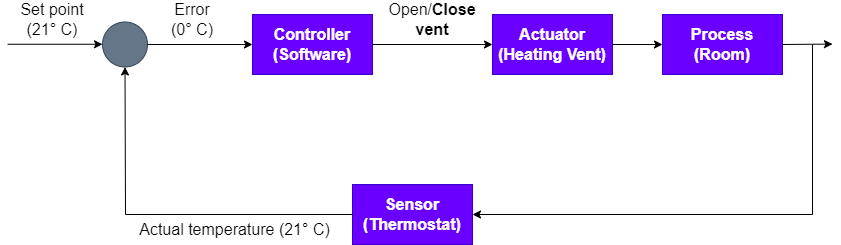
smitbmx/Architecture-Diagrams keeps this draw.io diagram as Architectural styles/Process Control Systems/Improved Process Control Diagram (feedback loop).drawio.png. Above is the earlier version. Source tidied: cells renumbered, new cells last; positions are measured from the earlier drawing's top-left corner, leaving out a move shared by most shapes.
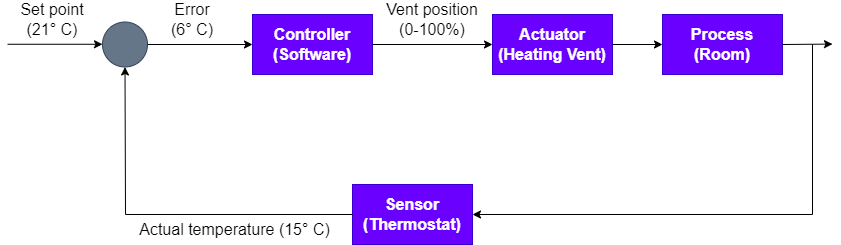
After the change.

The edit, as a diff of the source:
```diff
@@ -56,13 +56,13 @@
     <mxCell id="14" value="Set point&lt;br&gt;(21° C)" style="text;html=1;strokeColor=none;fillColor=none;align=center;verticalAlign=middle;whiteSpace=wrap;rounded=0;fontSize=16;" parent="1" vertex="1">
       <mxGeometry x="5" width="80" height="30" as="geometry" />
     </mxCell>
-    <mxCell id="15" value="Error&lt;br&gt;(0° C)" style="text;html=1;strokeColor=none;fillColor=none;align=center;verticalAlign=middle;whiteSpace=wrap;rounded=0;fontSize=16;" parent="1" vertex="1">
+    <mxCell id="15" value="Error&lt;br&gt;(6° C)" style="text;html=1;strokeColor=none;fillColor=none;align=center;verticalAlign=middle;whiteSpace=wrap;rounded=0;fontSize=16;" parent="1" vertex="1">
       <mxGeometry x="145" width="80" height="30" as="geometry" />
     </mxCell>
-    <mxCell id="16" value="Open/&lt;b&gt;Close&lt;/b&gt;&lt;br&gt;&lt;b&gt;vent&lt;/b&gt;" style="text;html=1;strokeColor=none;fillColor=none;align=center;verticalAlign=middle;whiteSpace=wrap;rounded=0;fontSize=16;" parent="1" vertex="1">
-      <mxGeometry x="385" width="80" height="30" as="geometry" />
+    <mxCell id="16" value="Vent position&lt;br&gt;(0-100%)" style="text;html=1;strokeColor=none;fillColor=none;align=center;verticalAlign=middle;whiteSpace=wrap;rounded=0;fontSize=16;" parent="1" vertex="1">
+      <mxGeometry x="375" width="100" height="30" as="geometry" />
     </mxCell>
-    <mxCell id="17" value="Actual temperature&amp;nbsp;(21° C)" style="text;html=1;strokeColor=none;fillColor=none;align=center;verticalAlign=middle;whiteSpace=wrap;rounded=0;fontSize=16;" parent="1" vertex="1">
+    <mxCell id="17" value="Actual temperature&amp;nbsp;(15° C)" style="text;html=1;strokeColor=none;fillColor=none;align=center;verticalAlign=middle;whiteSpace=wrap;rounded=0;fontSize=16;" parent="1" vertex="1">
       <mxGeometry x="115" y="210" width="225" height="30" as="geometry" />
     </mxCell>
   </root>
```
